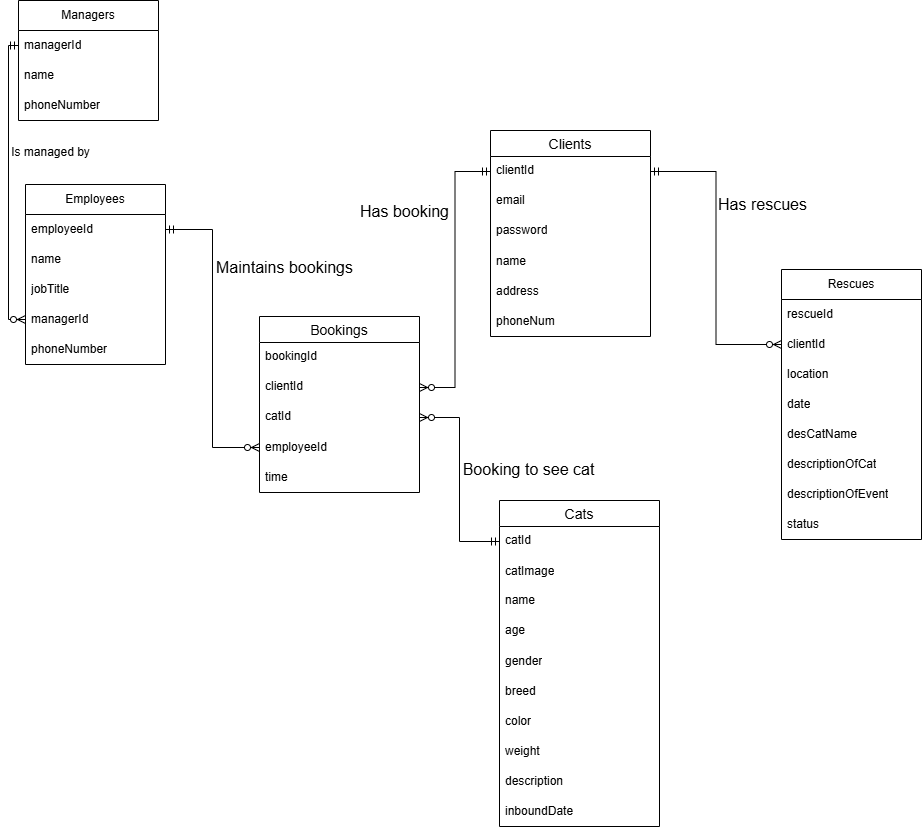
The draw.io diagram week4/Logical ERD.drawio.png in IlliaStefanovskyi/WebDevFinalProject, before a commit. Source tidied: cells renumbered, new cells last; positions are measured from the earlier drawing's top-left corner, leaving out a move shared by most shapes.
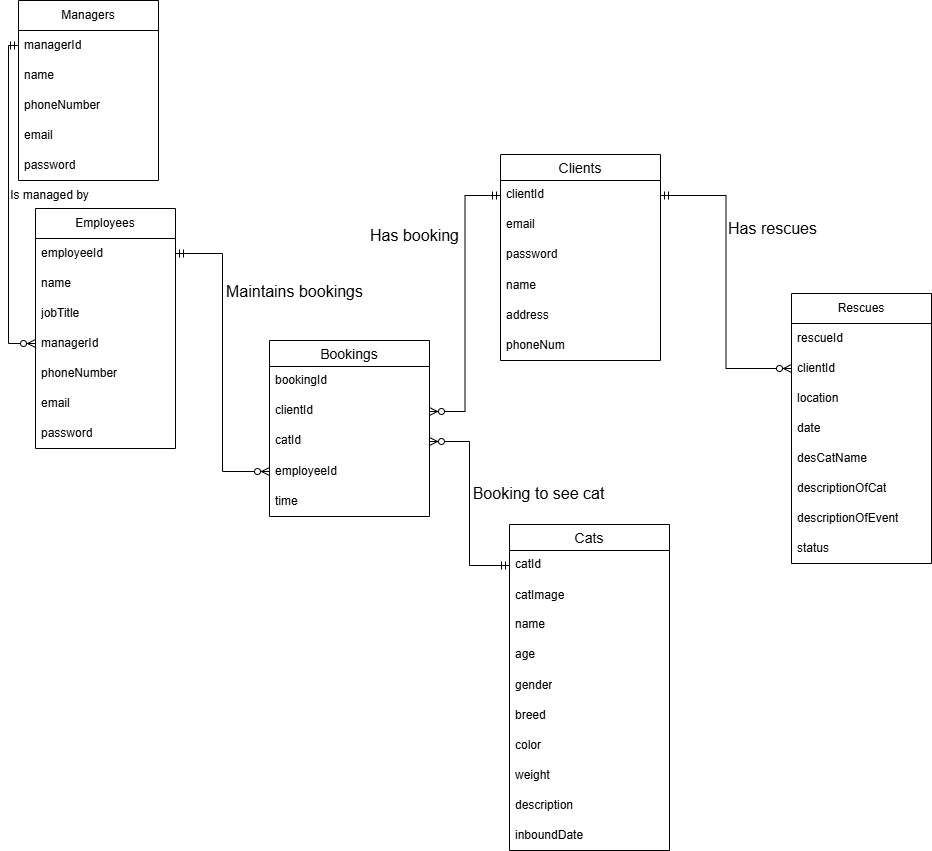
The same diagram one commit later.

What changed in the source:
```diff
@@ -3,7 +3,7 @@
     <mxCell id="0" />
     <mxCell id="1" parent="0" />
     <mxCell id="2" value="Employees" style="swimlane;fontStyle=0;horizontal=1;startSize=30;whiteSpace=wrap;html=1;" parent="1" vertex="1">
-      <mxGeometry x="24" y="184" width="140" height="180" as="geometry" />
+      <mxGeometry x="24" y="184" width="140" height="240" as="geometry" />
     </mxCell>
     <mxCell id="3" value="employeeId" style="text;strokeColor=none;fillColor=none;align=left;verticalAlign=middle;spacingLeft=4;spacingRight=4;overflow=hidden;points=[[0,0.5],[1,0.5]];portConstraint=eastwest;whiteSpace=wrap;html=1;" parent="2" vertex="1">
       <mxGeometry y="30" width="140" height="30" as="geometry" />
@@ -20,6 +20,12 @@
     <mxCell id="7" value="phoneNumber" style="text;strokeColor=none;fillColor=none;align=left;verticalAlign=middle;spacingLeft=4;spacingRight=4;overflow=hidden;whiteSpace=wrap;html=1;" parent="2" vertex="1">
       <mxGeometry y="150" width="140" height="30" as="geometry" />
     </mxCell>
+    <mxCell id="55" value="email" style="text;strokeColor=none;fillColor=none;align=left;verticalAlign=middle;spacingLeft=4;spacingRight=4;overflow=hidden;whiteSpace=wrap;html=1;" parent="2" vertex="1">
+      <mxGeometry y="180" width="140" height="30" as="geometry" />
+    </mxCell>
+    <mxCell id="56" value="password" style="text;strokeColor=none;fillColor=none;align=left;verticalAlign=middle;spacingLeft=4;spacingRight=4;overflow=hidden;whiteSpace=wrap;html=1;" parent="2" vertex="1">
+      <mxGeometry y="210" width="140" height="30" as="geometry" />
+    </mxCell>
     <mxCell id="8" value="Bookings" style="swimlane;fontStyle=0;horizontal=1;startSize=26;align=center;fontSize=14;" parent="1" vertex="1">
       <mxGeometry x="258" y="316" width="160" height="176" as="geometry" />
     </mxCell>
@@ -144,7 +150,7 @@
       <mxGeometry relative="1" as="geometry" />
     </mxCell>
     <mxCell id="49" value="Managers" style="swimlane;fontStyle=0;horizontal=1;startSize=30;whiteSpace=wrap;html=1;" parent="1" vertex="1">
-      <mxGeometry x="17" width="140" height="120" as="geometry" />
+      <mxGeometry x="7" y="-24" width="140" height="180" as="geometry" />
     </mxCell>
     <mxCell id="50" value="managerId" style="text;strokeColor=none;fillColor=none;align=left;verticalAlign=middle;spacingLeft=4;spacingRight=4;overflow=hidden;points=[[0,0.5],[1,0.5]];portConstraint=eastwest;whiteSpace=wrap;html=1;" parent="49" vertex="1">
       <mxGeometry y="30" width="140" height="30" as="geometry" />
@@ -155,11 +161,17 @@
     <mxCell id="52" value="phoneNumber" style="text;strokeColor=none;fillColor=none;align=left;verticalAlign=middle;spacingLeft=4;spacingRight=4;overflow=hidden;whiteSpace=wrap;html=1;" parent="49" vertex="1">
       <mxGeometry y="90" width="140" height="30" as="geometry" />
     </mxCell>
+    <mxCell id="57" value="email" style="text;strokeColor=none;fillColor=none;align=left;verticalAlign=middle;spacingLeft=4;spacingRight=4;overflow=hidden;whiteSpace=wrap;html=1;" parent="49" vertex="1">
+      <mxGeometry y="120" width="140" height="30" as="geometry" />
+    </mxCell>
+    <mxCell id="58" value="password" style="text;strokeColor=none;fillColor=none;align=left;verticalAlign=middle;spacingLeft=4;spacingRight=4;overflow=hidden;whiteSpace=wrap;html=1;" parent="49" vertex="1">
+      <mxGeometry y="150" width="140" height="30" as="geometry" />
+    </mxCell>
     <mxCell id="53" style="edgeStyle=orthogonalEdgeStyle;fontSize=12;html=1;endArrow=ERzeroToMany;startArrow=ERmandOne;rounded=0;exitX=0;exitY=0.5;exitDx=0;exitDy=0;" parent="1" edge="1" source="50" target="6">
       <mxGeometry relative="1" as="geometry" />
     </mxCell>
     <mxCell id="54" value="Is managed by" style="text;html=1;align=center;verticalAlign=middle;strokeColor=none;fillColor=none;" parent="1" vertex="1">
-      <mxGeometry y="139" width="97" height="26" as="geometry" />
+      <mxGeometry x="-11" y="158" width="97" height="26" as="geometry" />
     </mxCell>
   </root>
 </mxGraphModel>
```
